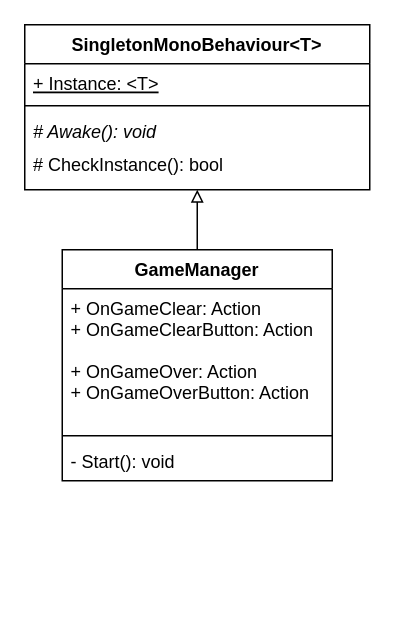
The draw.io diagram Documents/ClassDiagram.drawio in ItoSeiy/CyberAgent-1DayHackathon-MiniProto, before the edit. Source tidied: cells renumbered, new cells numbered last; positions are measured from the earlier drawing's top-left corner, leaving out a move shared by most shapes. Both pictures are drawn from the tidied source at 150%, with x=0, y=0 at pixel (24, 24).
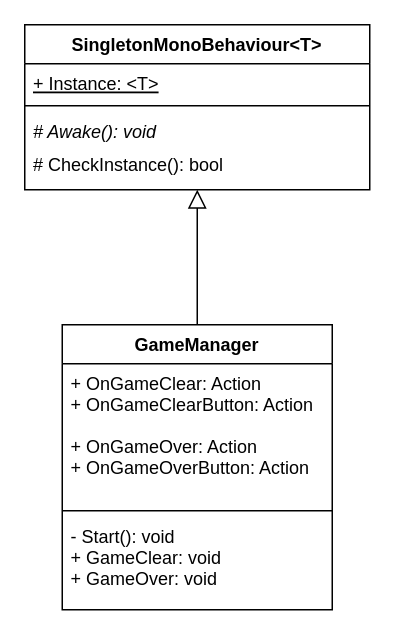
Above is the later version.

Commit message:
ゲームマネージャー完成

The edit, as a diff of the source:
```diff
@@
 <mxGraphModel>
   <root>
     <mxCell id="0" />
     <mxCell id="1" parent="0" />
-    <mxCell id="2" style="edgeStyle=none;rounded=0;jettySize=auto;html=1;strokeWidth=1;startArrow=none;startFill=0;endArrow=block;endFill=0;" parent="1" edge="1" source="3" target="7">
+    <mxCell id="2" style="edgeStyle=none;rounded=0;jettySize=auto;html=1;strokeWidth=1;startArrow=none;startFill=0;endArrow=block;endFill=0;endSize=10;" parent="1" edge="1" source="3" target="7">
       <mxGeometry relative="1" as="geometry" />
     </mxCell>
     <mxCell id="3" value="GameManager" style="swimlane;fontStyle=1;align=center;verticalAlign=top;horizontal=1;startSize=26;" parent="1" vertex="1">
-      <mxGeometry x="25" y="150" width="180" height="154" as="geometry" />
+      <mxGeometry x="25" y="200" width="180" height="190" as="geometry" />
     </mxCell>
     <mxCell id="4" value="+ OnGameClear: Action&#10;+ OnGameClearButton: Action&#10;&#10;+ OnGameOver: Action&#10;+ OnGameOverButton: Action" style="text;strokeColor=none;fillColor=none;align=left;verticalAlign=top;spacingLeft=4;spacingRight=4;overflow=hidden;" parent="3" vertex="1">
       <mxGeometry y="26" width="180" height="94" as="geometry" />
     </mxCell>
     <mxCell id="5" style="line;strokeWidth=1;fillColor=none;align=left;verticalAlign=middle;spacingTop=-1;spacingLeft=3;spacingRight=3;labelPosition=right;strokeColor=inherit;" parent="3" vertex="1">
       <mxGeometry y="120" width="180" height="8" as="geometry" />
     </mxCell>
-    <mxCell id="6" value="- Start(): void" style="text;strokeColor=none;fillColor=none;align=left;verticalAlign=middle;spacingLeft=4;spacingRight=4;overflow=hidden;" parent="3" vertex="1">
-      <mxGeometry y="128" width="180" height="26" as="geometry" />
+    <mxCell id="6" value="- Start(): void&#10;+ GameClear: void&#10;+ GameOver: void&#10;" style="text;strokeColor=none;fillColor=none;align=left;verticalAlign=top;spacingLeft=4;spacingRight=4;overflow=hidden;" parent="3" vertex="1">
+      <mxGeometry y="128" width="180" height="62" as="geometry" />
     </mxCell>
     <mxCell id="7" value="SingletonMonoBehaviour&lt;T&gt;" style="swimlane;fontStyle=1;align=center;verticalAlign=middle;horizontal=1;startSize=26;" parent="1" vertex="1">
       <mxGeometry width="230" height="110" as="geometry" />
     </mxCell>
     <mxCell id="8" value="+ Instance: &lt;T&gt;" style="text;strokeColor=none;fillColor=none;align=left;verticalAlign=top;spacingLeft=4;spacingRight=4;overflow=hidden;fontStyle=4;" parent="7" vertex="1">
       <mxGeometry y="26" width="230" height="24" as="geometry" />
     </mxCell>
     <mxCell id="9" style="line;strokeWidth=1;fillColor=none;align=left;verticalAlign=middle;spacingTop=-1;spacingLeft=3;spacingRight=3;labelPosition=right;strokeColor=inherit;" parent="7" vertex="1">
       <mxGeometry y="50" width="230" height="8" as="geometry" />
     </mxCell>
     <mxCell id="10" value="# Awake(): void" style="text;strokeColor=none;fillColor=none;align=left;verticalAlign=top;spacingLeft=4;spacingRight=4;overflow=hidden;fontStyle=2;horizontal=1;labelBackgroundColor=none;" parent="7" vertex="1">
       <mxGeometry y="58" width="230" height="22" as="geometry" />
     </mxCell>
     <mxCell id="11" value="# CheckInstance(): bool" style="text;strokeColor=none;fillColor=none;align=left;verticalAlign=top;spacingLeft=4;spacingRight=4;overflow=hidden;fontStyle=0;horizontal=1;labelBackgroundColor=none;" parent="7" vertex="1">
       <mxGeometry y="80" width="230" height="30" as="geometry" />
     </mxCell>
   </root>
 </mxGraphModel>
```
